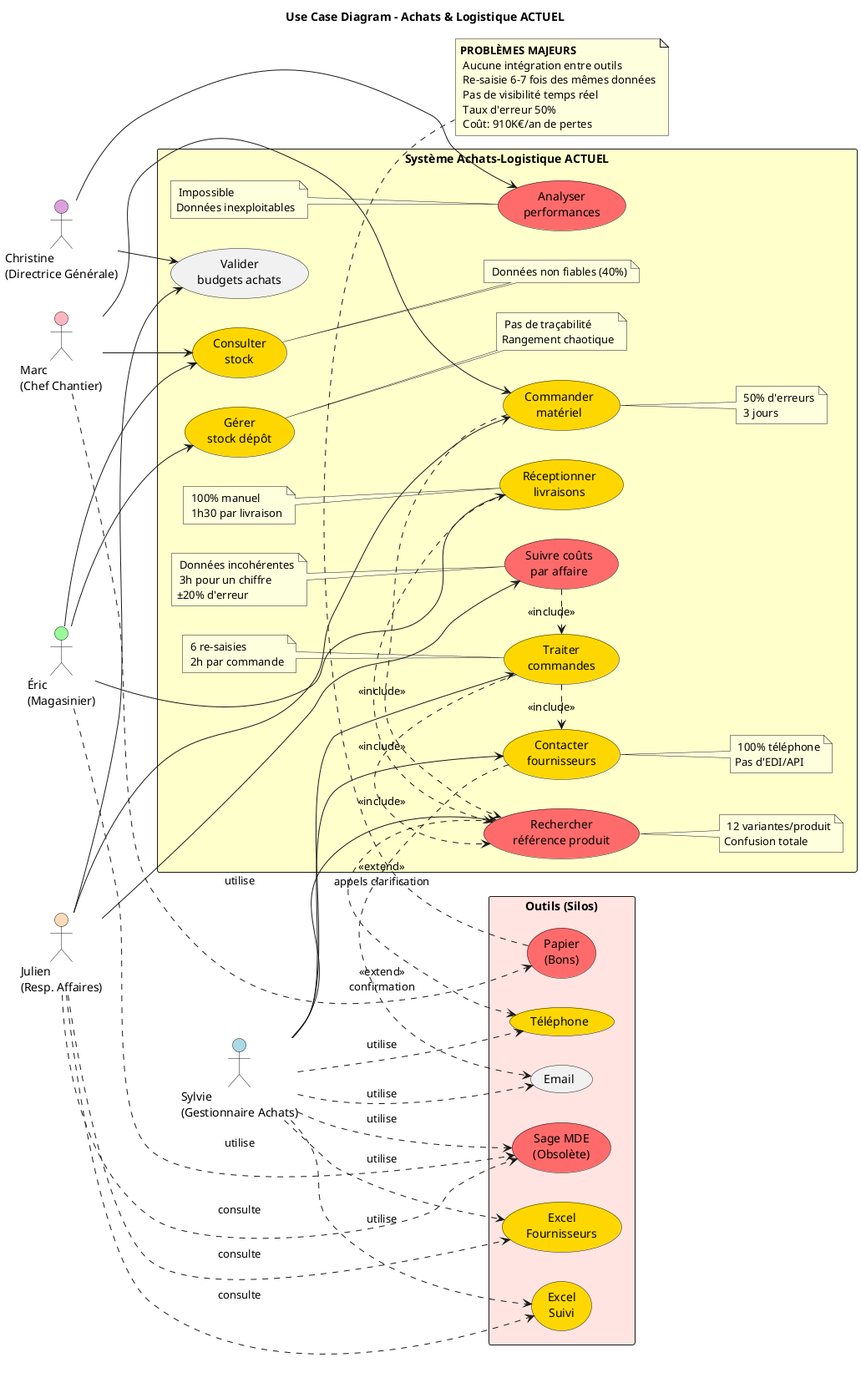
JordanSerafini/Audit_Duret keeps this PlantUML diagram as Achats-Logistique/uml/UseCase_Achats_Logistique.png. Above is the earlier version. Source of this version:
```plantuml
@startuml UseCase_Achats_Logistique

title Use Case Diagram - Achats & Logistique ACTUEL

left to right direction

actor "Marc\n(Chef Chantier)" as Marc #FFB6C1
actor "Sylvie\n(Gestionnaire Achats)" as Sylvie #ADD8E6
actor "Julien\n(Resp. Affaires)" as Julien #FFDAB9
actor "Éric\n(Magasinier)" as Eric #98FB98
actor "Christine\n(Directrice Générale)" as Christine #DDA0DD

rectangle "Système Achats-Logistique ACTUEL" #FFFFCC {

  usecase "Commander\nmatériel" as UC1 #FFD700
  note right of UC1
    🔴 50% d'erreurs
    ⏰ 3 jours
  end note

  usecase "Consulter\nstock" as UC2 #FFD700
  note right of UC2
    🔴 Données non fiables (40%)
  end note

  usecase "Traiter\ncommandes" as UC3 #FFD700
  note left of UC3
    🔴 6 re-saisies
    ⏰ 2h par commande
  end note

  usecase "Rechercher\nréférence produit" as UC4 #FF6B6B
  note right of UC4
    🔴 12 variantes/produit
    Confusion totale
  end note

  usecase "Réceptionner\nlivraisons" as UC5 #FFD700
  note left of UC5
    🔴 100% manuel
    ⏰ 1h30 par livraison
  end note

  usecase "Suivre coûts\npar affaire" as UC6 #FF6B6B
  note left of UC6
    🔴 Données incohérentes
    ⏰ 3h pour un chiffre
    ±20% d'erreur
  end note

  usecase "Gérer\nstock dépôt" as UC7 #FFD700
  note right of UC7
    🔴 Pas de traçabilité
    Rangement chaotique
  end note

  usecase "Contacter\nfournisseurs" as UC8 #FFD700
  note right of UC8
    🔴 100% téléphone
    Pas d'EDI/API
  end note

  usecase "Valider\nbudgets achats" as UC9

  usecase "Analyser\nperformances" as UC10 #FF6B6B
  note left of UC10
    🔴 Impossible
    Données inexploitables
  end note
}

rectangle "Outils (Silos)" #FFE4E1 {
  usecase "Sage MDE\n(Obsolète)" as Sage #FF6B6B
  usecase "Excel\nFournisseurs" as Excel1 #FFD700
  usecase "Excel\nSuivi" as Excel2 #FFD700
  usecase "Email" as Email
  usecase "Téléphone" as Tel #FFD700
  usecase "Papier\n(Bons)" as Paper #FF6B6B
}

Marc --> UC1
Marc --> UC2
Marc ..> Paper : utilise

Sylvie --> UC3
Sylvie --> UC4
Sylvie --> UC8
Sylvie ..> Sage : utilise
Sylvie ..> Excel1 : utilise
Sylvie ..> Excel2 : utilise
Sylvie ..> Email : utilise
Sylvie ..> Tel : utilise

Julien --> UC1
Julien --> UC6
Julien --> UC9
Julien ..> Sage : consulte
Julien ..> Excel1 : consulte
Julien ..> Excel2 : consulte

Eric --> UC5
Eric --> UC7
Eric --> UC2
Eric ..> Sage : utilise

Christine --> UC10
Christine --> UC9

UC1 .> UC4 : <<include>>
UC3 .> UC4 : <<include>>
UC3 .> UC8 : <<include>>
UC5 .> UC4 : <<include>>
UC6 .> UC3 : <<include>>

UC4 .> Tel : <<extend>>\nappels clarification
UC8 .> Email : <<extend>>\nconfirmation

note bottom
  **PROBLÈMES MAJEURS**
  🔴 Aucune intégration entre outils
  🔴 Re-saisie 6-7 fois des mêmes données
  🔴 Pas de visibilité temps réel
  🔴 Taux d'erreur 50%
  💰 Coût: 910K€/an de pertes
end note

@enduml
```
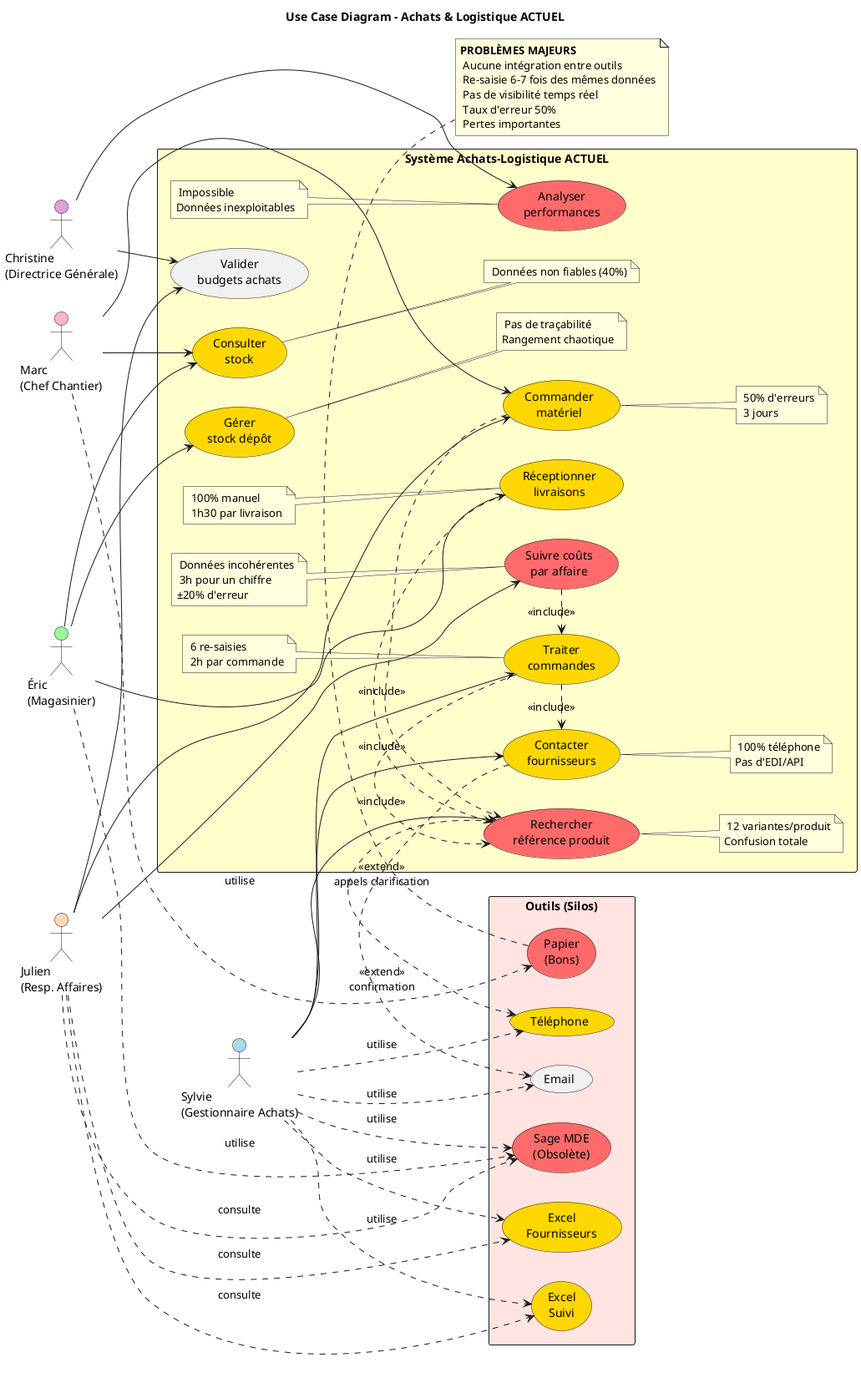
The same file after the commit.

Change to the diagram source:
```diff
@@ -121,7 +121,7 @@
   🔴 Re-saisie 6-7 fois des mêmes données
   🔴 Pas de visibilité temps réel
   🔴 Taux d'erreur 50%
-  💰 Coût: 910K€/an de pertes
+  🔴 Pertes importantes
 end note
 
 @enduml
```
